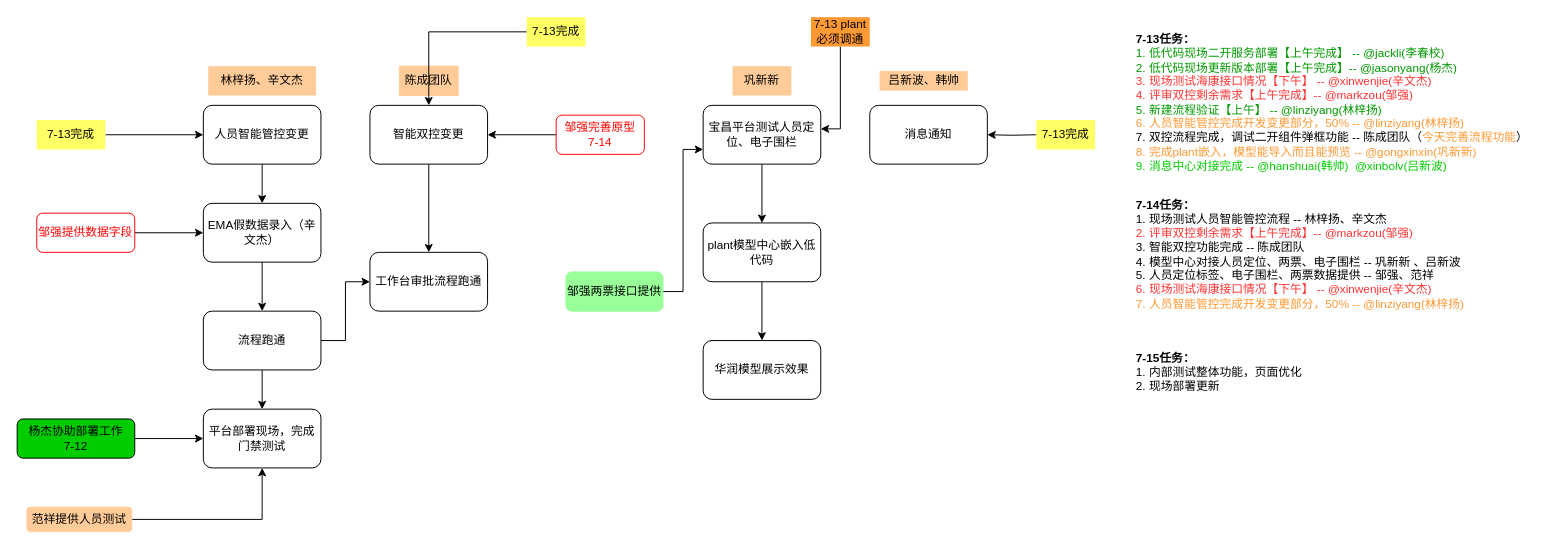
This is huarun.drawio from xugaoyang/drawio_docs, a draw.io file, before an edit. Source tidied: cells renumbered, new cells numbered last; positions are measured from the earlier drawing's top-left corner, leaving out a move shared by most shapes. Both pictures are drawn from the tidied source at 98%, with x=0, y=0 at pixel (17, 17).
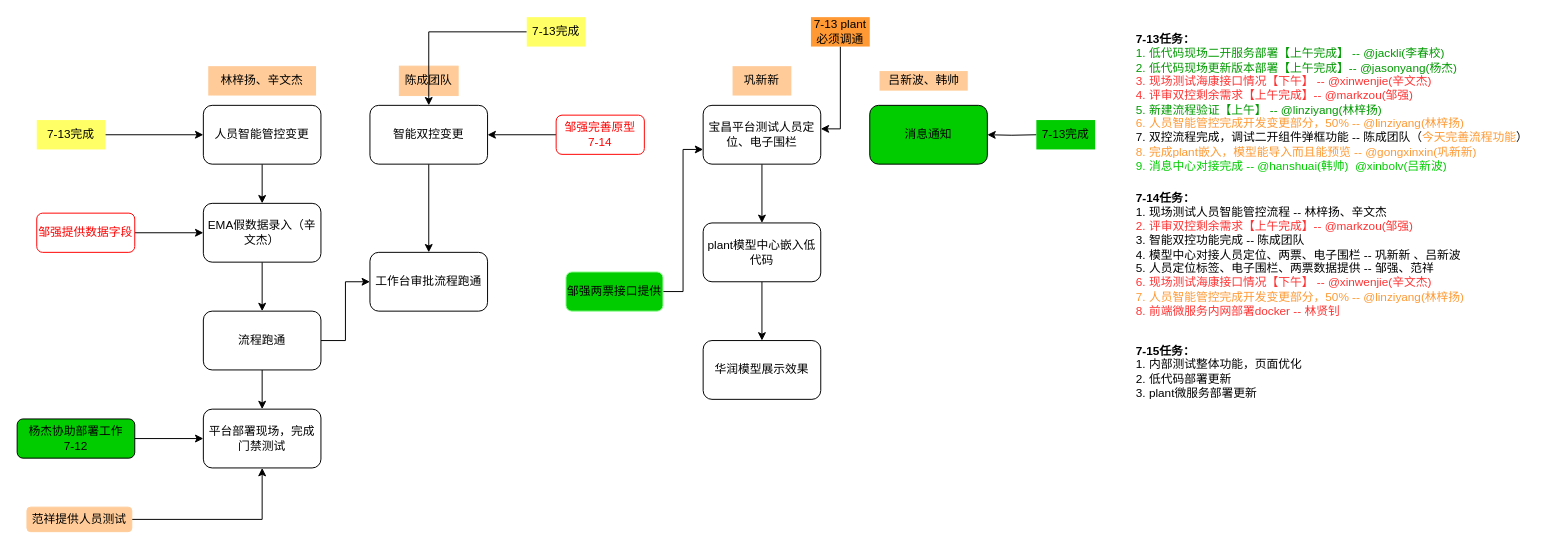
Above is the later version.

Diff of the diagram source:
```diff
@@
-    <mxCell id="21" value="消息通知" style="rounded=1;whiteSpace=wrap;html=1;" parent="1" vertex="1">
+    <mxCell id="21" value="消息通知" style="rounded=1;whiteSpace=wrap;html=1;fillColor=#00CC00;" parent="1" vertex="1">
       <mxGeometry x="870" y="90" width="120" height="60" as="geometry" />
     </mxCell>
@@
-    <mxCell id="28" value="&lt;font color=&quot;#000000&quot;&gt;邹强两票接口提供&lt;/font&gt;" style="rounded=1;whiteSpace=wrap;html=1;fontColor=#FF0000;strokeColor=#99FF99;fillColor=#99FF99;" parent="1" vertex="1">
+    <mxCell id="28" value="&lt;font color=&quot;#000000&quot;&gt;邹强两票接口提供&lt;/font&gt;" style="rounded=1;whiteSpace=wrap;html=1;fontColor=#FF0000;strokeColor=#99FF99;fillColor=#00CC00;" parent="1" vertex="1">
       <mxGeometry x="560" y="260" width="99" height="40" as="geometry" />
     </mxCell>
@@
-    <mxCell id="34" value="7-13完成" style="text;html=1;strokeColor=none;fillColor=#FFFF66;align=center;verticalAlign=middle;whiteSpace=wrap;rounded=0;" parent="1" vertex="1">
+    <mxCell id="34" value="7-13完成" style="text;html=1;strokeColor=none;fillColor=#00CC00;align=center;verticalAlign=middle;whiteSpace=wrap;rounded=0;" parent="1" vertex="1">
       <mxGeometry x="1040" y="105" width="60" height="30" as="geometry" />
     </mxCell>
@@
-    <mxCell id="42" value="&lt;b&gt;&lt;br&gt;7-14任务：&lt;/b&gt;&lt;br&gt;1. 现场测试人员智能管控流程 -- 林梓扬、辛文杰&lt;br&gt;&lt;font color=&quot;#ff3333&quot;&gt;2.&amp;nbsp;评审双控剩余需求【上午完成】--&amp;nbsp;@markzou(邹强)&amp;nbsp;&lt;/font&gt;&amp;nbsp;&lt;br&gt;3. 智能双控功能完成 -- 陈成团队&amp;nbsp;&amp;nbsp;&lt;br&gt;4. 模型中心对接人员定位、两票、电子围栏 -- 巩新新 、吕新波&lt;br&gt;5. 人员定位标签、电子围栏、两票数据提供 -- 邹强、范祥&lt;br&gt;&lt;span style=&quot;color: rgb(255 , 51 , 51)&quot;&gt;6.&amp;nbsp;现场测试海康接口情况【下午】&amp;nbsp;--&amp;nbsp;@xinwenjie(辛文杰)&lt;br&gt;&lt;/span&gt;&lt;span style=&quot;color: rgb(255 , 153 , 51)&quot;&gt;7.&amp;nbsp;人员智能管控完成开发变更部分，50% --&amp;nbsp;@linziyang(林梓扬)&amp;nbsp;&amp;nbsp;&lt;/span&gt;&lt;span style=&quot;color: rgb(255 , 51 , 51)&quot;&gt;&amp;nbsp;&lt;/span&gt;" style="text;html=1;align=left;verticalAlign=middle;strokeColor=none;fillColor=none;fontColor=#000000;" parent="1" vertex="1">
-      <mxGeometry x="1140" y="170" width="360" height="130" as="geometry" />
+    <mxCell id="42" value="&lt;b&gt;&lt;br&gt;7-14任务：&lt;/b&gt;&lt;br&gt;1. 现场测试人员智能管控流程 -- 林梓扬、辛文杰&lt;br&gt;&lt;font color=&quot;#ff3333&quot;&gt;2.&amp;nbsp;评审双控剩余需求【上午完成】--&amp;nbsp;@markzou(邹强)&amp;nbsp;&lt;/font&gt;&amp;nbsp;&lt;br&gt;3. 智能双控功能完成 -- 陈成团队&amp;nbsp;&amp;nbsp;&lt;br&gt;4. 模型中心对接人员定位、两票、电子围栏 -- 巩新新 、吕新波&lt;br&gt;5. 人员定位标签、电子围栏、两票数据提供 -- 邹强、范祥&lt;br&gt;&lt;span style=&quot;color: rgb(255 , 51 , 51)&quot;&gt;6.&amp;nbsp;现场测试海康接口情况【下午】&amp;nbsp;--&amp;nbsp;@xinwenjie(辛文杰)&lt;br&gt;&lt;/span&gt;&lt;span style=&quot;color: rgb(255 , 153 , 51)&quot;&gt;7.&amp;nbsp;人员智能管控完成开发变更部分，50% --&amp;nbsp;@linziyang(林梓扬)&amp;nbsp;&amp;nbsp;&lt;br&gt;&lt;/span&gt;&lt;span style=&quot;color: rgb(255 , 51 , 51)&quot;&gt;8. 前端微服务内网部署docker -- 林贤钊&amp;nbsp;&lt;/span&gt;" style="text;html=1;align=left;verticalAlign=middle;strokeColor=none;fillColor=none;fontColor=#000000;" parent="1" vertex="1">
+      <mxGeometry x="1140" y="165" width="360" height="140" as="geometry" />
     </mxCell>
-    <mxCell id="43" value="&lt;b&gt;&lt;br&gt;7-15任务：&lt;/b&gt;&lt;br&gt;1. 内部测试整体功能，页面优化&lt;br&gt;2. 现场部署更新" style="text;html=1;align=left;verticalAlign=middle;strokeColor=none;fillColor=none;fontColor=#000000;" parent="1" vertex="1">
-      <mxGeometry x="1140" y="325" width="190" height="60" as="geometry" />
+    <mxCell id="43" value="&lt;b&gt;&lt;br&gt;7-15任务：&lt;/b&gt;&lt;br&gt;1. 内部测试整体功能，页面优化&lt;br&gt;2. 低代码部署更新&lt;br&gt;3. plant微服务部署更新&lt;br&gt;" style="text;html=1;align=left;verticalAlign=middle;strokeColor=none;fillColor=none;fontColor=#000000;" parent="1" vertex="1">
+      <mxGeometry x="1140" y="320" width="190" height="70" as="geometry" />
     </mxCell>
```
